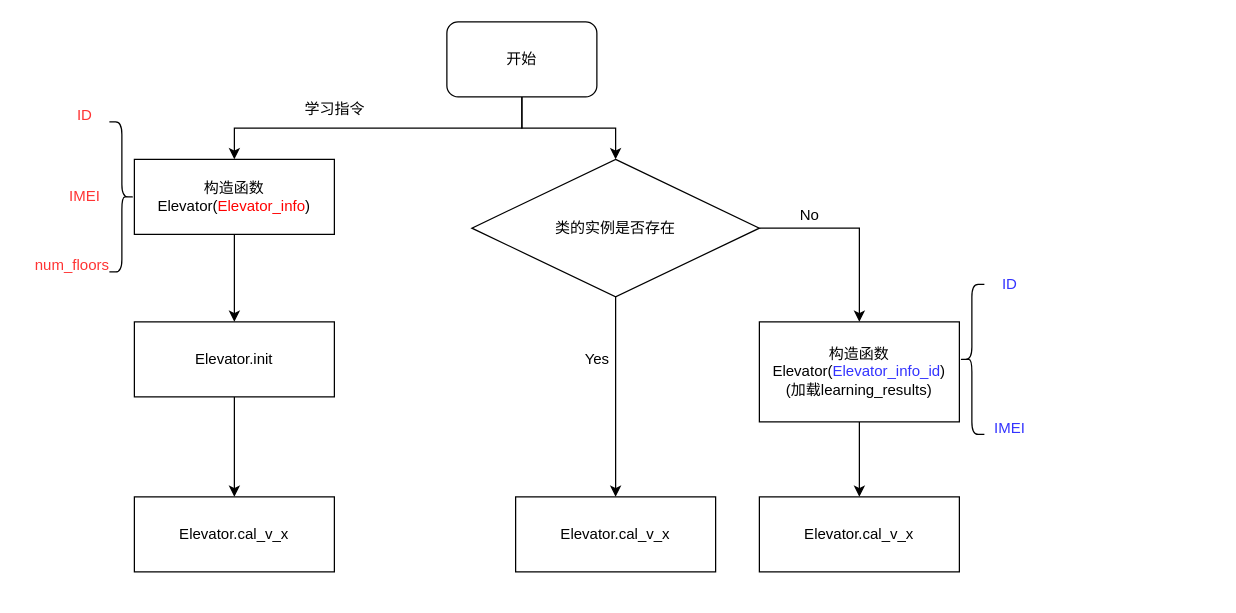
Above: 未命名绘图.drawio in jianqing666/figs (draw.io), before the change. Source tidied: cells renumbered, new cells numbered last; positions are measured from the earlier drawing's top-left corner, leaving out a move shared by most shapes. Both pictures are drawn from the tidied source at 125%, with x=0, y=0 at pixel (21, 21).
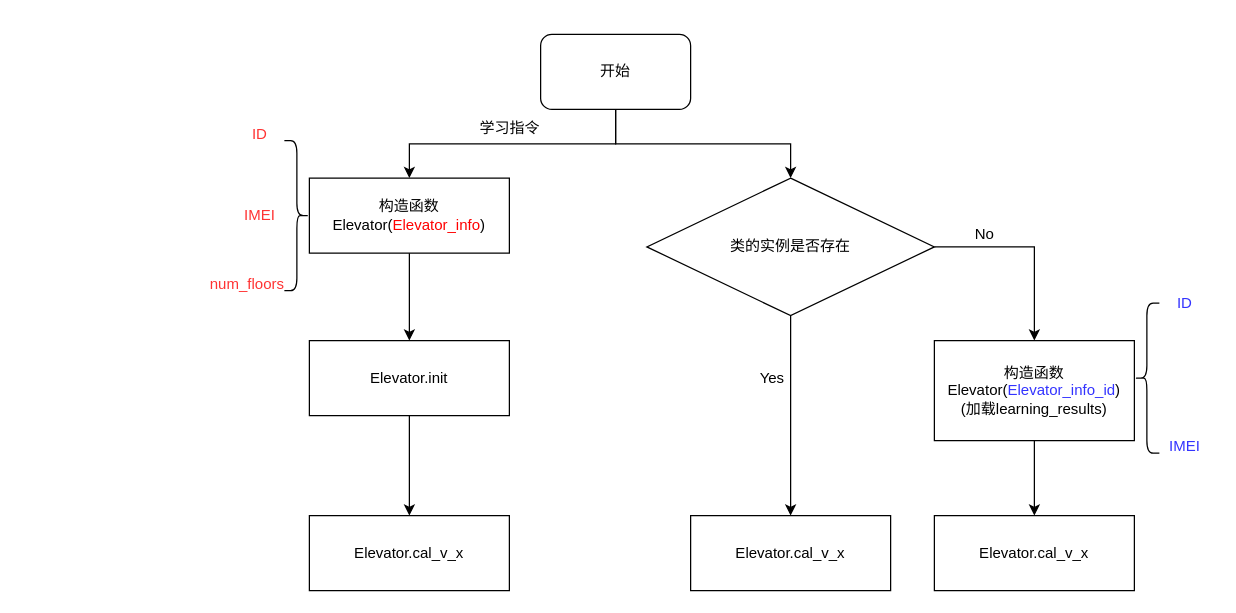
Above is the later version.

Commit message (it also covers changes not shown here):
更新未命名绘图.drawio

What changed in the source:
```diff
@@
-    <mxCell id="2" style="edgeStyle=orthogonalEdgeStyle;rounded=0;jettySize=auto;html=1;exitX=0.5;exitY=1;exitDx=0;exitDy=0;entryX=0.5;entryY=0;entryDx=0;entryDy=0;" parent="1" edge="1" source="4" target="14">
-      <mxGeometry relative="1" as="geometry" />
-    </mxCell>
+    <mxCell id="27" style="group;" parent="1" vertex="1">
+      <mxGeometry x="140" y="10" width="815" height="445" as="geometry" />
+    </mxCell>
+    <mxCell id="4" value="开始" style="rounded=1;whiteSpace=wrap;html=1;" parent="27" vertex="1">
+      <mxGeometry x="275" width="120" height="60" as="geometry" />
+    </mxCell>
+    <mxCell id="6" value="构造函数&lt;br&gt;Elevator(&lt;font color=&quot;#ff0000&quot;&gt;Elevator_info&lt;/font&gt;)" style="rounded=0;whiteSpace=wrap;html=1;" parent="27" vertex="1">
+      <mxGeometry x="90" y="115" width="160" height="60" as="geometry" />
+    </mxCell>
-    <mxCell id="3" style="edgeStyle=orthogonalEdgeStyle;rounded=0;jettySize=auto;html=1;exitX=0.5;exitY=1;exitDx=0;exitDy=0;" parent="1" edge="1" source="4" target="6">
+    <mxCell id="3" style="edgeStyle=orthogonalEdgeStyle;rounded=0;jettySize=auto;html=1;exitX=0.5;exitY=1;exitDx=0;exitDy=0;" parent="27" edge="1" source="4" target="6">
       <mxGeometry relative="1" as="geometry" />
     </mxCell>
-    <mxCell id="4" value="开始" style="rounded=1;whiteSpace=wrap;html=1;" parent="1" vertex="1">
-      <mxGeometry x="340" width="120" height="60" as="geometry" />
-    </mxCell>
+    <mxCell id="8" value="Elevator.init" style="rounded=0;whiteSpace=wrap;html=1;" parent="27" vertex="1">
+      <mxGeometry x="90" y="245" width="160" height="60" as="geometry" />
+    </mxCell>
-    <mxCell id="5" style="edgeStyle=orthogonalEdgeStyle;rounded=0;jettySize=auto;html=1;exitX=0.5;exitY=1;exitDx=0;exitDy=0;entryX=0.5;entryY=0;entryDx=0;entryDy=0;" parent="1" edge="1" source="6" target="8">
+    <mxCell id="5" style="edgeStyle=orthogonalEdgeStyle;rounded=0;jettySize=auto;html=1;exitX=0.5;exitY=1;exitDx=0;exitDy=0;entryX=0.5;entryY=0;entryDx=0;entryDy=0;" parent="27" edge="1" source="6" target="8">
       <mxGeometry relative="1" as="geometry" />
     </mxCell>
-    <mxCell id="6" value="构造函数&lt;br&gt;Elevator(&lt;font color=&quot;#ff0000&quot;&gt;Elevator_info&lt;/font&gt;)" style="rounded=0;whiteSpace=wrap;html=1;" parent="1" vertex="1">
-      <mxGeometry x="90" y="110" width="160" height="60" as="geometry" />
-    </mxCell>
+    <mxCell id="9" value="Elevator.cal_v_x" style="rounded=0;whiteSpace=wrap;html=1;" parent="27" vertex="1">
+      <mxGeometry x="90" y="385" width="160" height="60" as="geometry" />
+    </mxCell>
-    <mxCell id="7" style="edgeStyle=orthogonalEdgeStyle;rounded=0;jettySize=auto;html=1;exitX=0.5;exitY=1;exitDx=0;exitDy=0;entryX=0.5;entryY=0;entryDx=0;entryDy=0;" parent="1" edge="1" source="8" target="9">
+    <mxCell id="7" style="edgeStyle=orthogonalEdgeStyle;rounded=0;jettySize=auto;html=1;exitX=0.5;exitY=1;exitDx=0;exitDy=0;entryX=0.5;entryY=0;entryDx=0;entryDy=0;" parent="27" edge="1" source="8" target="9">
       <mxGeometry relative="1" as="geometry" />
     </mxCell>
-    <mxCell id="8" value="Elevator.init" style="rounded=0;whiteSpace=wrap;html=1;" parent="1" vertex="1">
-      <mxGeometry x="90" y="240" width="160" height="60" as="geometry" />
-    </mxCell>
-    <mxCell id="9" value="Elevator.cal_v_x" style="rounded=0;whiteSpace=wrap;html=1;" parent="1" vertex="1">
-      <mxGeometry x="90" y="380" width="160" height="60" as="geometry" />
-    </mxCell>
-    <mxCell id="10" value="Elevator.cal_v_x" style="rounded=0;whiteSpace=wrap;html=1;" parent="1" vertex="1">
-      <mxGeometry x="395" y="380" width="160" height="60" as="geometry" />
+    <mxCell id="10" value="Elevator.cal_v_x" style="rounded=0;whiteSpace=wrap;html=1;" parent="27" vertex="1">
+      <mxGeometry x="395" y="385" width="160" height="60" as="geometry" />
     </mxCell>
-    <mxCell id="11" value="Elevator.cal_v_x" style="rounded=0;whiteSpace=wrap;html=1;" parent="1" vertex="1">
-      <mxGeometry x="590" y="380" width="160" height="60" as="geometry" />
+    <mxCell id="11" value="Elevator.cal_v_x" style="rounded=0;whiteSpace=wrap;html=1;" parent="27" vertex="1">
+      <mxGeometry x="590" y="385" width="160" height="60" as="geometry" />
     </mxCell>
-    <mxCell id="12" style="edgeStyle=orthogonalEdgeStyle;rounded=0;jettySize=auto;html=1;exitX=0.5;exitY=1;exitDx=0;exitDy=0;entryX=0.5;entryY=0;entryDx=0;entryDy=0;" parent="1" edge="1" source="14" target="10">
+    <mxCell id="12" style="edgeStyle=orthogonalEdgeStyle;rounded=0;jettySize=auto;html=1;exitX=0.5;exitY=1;exitDx=0;exitDy=0;entryX=0.5;entryY=0;entryDx=0;entryDy=0;" parent="27" edge="1" source="14" target="10">
       <mxGeometry relative="1" as="geometry" />
     </mxCell>
-    <mxCell id="13" style="edgeStyle=orthogonalEdgeStyle;rounded=0;jettySize=auto;html=1;exitX=1;exitY=0.5;exitDx=0;exitDy=0;entryX=0.5;entryY=0;entryDx=0;entryDy=0;" parent="1" edge="1" source="14" target="16">
-      <mxGeometry relative="1" as="geometry" />
-    </mxCell>
-    <mxCell id="14" value="类的实例是否存在" style="rhombus;whiteSpace=wrap;html=1;" parent="1" vertex="1">
-      <mxGeometry x="360" y="110" width="230" height="110" as="geometry" />
+    <mxCell id="14" value="类的实例是否存在" style="rhombus;whiteSpace=wrap;html=1;" parent="27" vertex="1">
+      <mxGeometry x="360" y="115" width="230" height="110" as="geometry" />
     </mxCell>
+    <mxCell id="2" style="edgeStyle=orthogonalEdgeStyle;rounded=0;jettySize=auto;html=1;exitX=0.5;exitY=1;exitDx=0;exitDy=0;entryX=0.5;entryY=0;entryDx=0;entryDy=0;" parent="27" edge="1" source="4" target="14">
+      <mxGeometry relative="1" as="geometry" />
+    </mxCell>
-    <mxCell id="15" style="edgeStyle=orthogonalEdgeStyle;rounded=0;jettySize=auto;html=1;exitX=0.5;exitY=1;exitDx=0;exitDy=0;" parent="1" edge="1" source="16" target="11">
+    <mxCell id="15" style="edgeStyle=orthogonalEdgeStyle;rounded=0;jettySize=auto;html=1;exitX=0.5;exitY=1;exitDx=0;exitDy=0;" parent="27" edge="1" source="16" target="11">
       <mxGeometry relative="1" as="geometry" />
     </mxCell>
-    <mxCell id="16" value="构造函数&lt;br&gt;Elevator(&lt;font color=&quot;#3333ff&quot;&gt;Elevator_info_id&lt;/font&gt;)&lt;br&gt;(加载learning_results)" style="rounded=0;whiteSpace=wrap;html=1;" parent="1" vertex="1">
-      <mxGeometry x="590" y="240" width="160" height="80" as="geometry" />
+    <mxCell id="16" value="构造函数&lt;br&gt;Elevator(&lt;font color=&quot;#3333ff&quot;&gt;Elevator_info_id&lt;/font&gt;)&lt;br&gt;(加载learning_results)" style="rounded=0;whiteSpace=wrap;html=1;" parent="27" vertex="1">
+      <mxGeometry x="590" y="245" width="160" height="80" as="geometry" />
     </mxCell>
+    <mxCell id="13" style="edgeStyle=orthogonalEdgeStyle;rounded=0;jettySize=auto;html=1;exitX=1;exitY=0.5;exitDx=0;exitDy=0;entryX=0.5;entryY=0;entryDx=0;entryDy=0;" parent="27" edge="1" source="14" target="16">
+      <mxGeometry relative="1" as="geometry" />
+    </mxCell>
-    <mxCell id="17" value="No" style="text;html=1;align=center;verticalAlign=middle;strokeColor=none;fillColor=none;" parent="1" vertex="1">
-      <mxGeometry x="610" y="140" width="40" height="30" as="geometry" />
+    <mxCell id="17" value="No" style="text;html=1;align=center;verticalAlign=middle;strokeColor=none;fillColor=none;" parent="27" vertex="1">
+      <mxGeometry x="610" y="145" width="40" height="30" as="geometry" />
     </mxCell>
-    <mxCell id="18" value="Yes" style="text;html=1;align=center;verticalAlign=middle;strokeColor=none;fillColor=none;" parent="1" vertex="1">
-      <mxGeometry x="440" y="255" width="40" height="30" as="geometry" />
+    <mxCell id="18" value="Yes" style="text;html=1;align=center;verticalAlign=middle;strokeColor=none;fillColor=none;" parent="27" vertex="1">
+      <mxGeometry x="440" y="260" width="40" height="30" as="geometry" />
     </mxCell>
-    <mxCell id="19" style="shape=curlyBracket;whiteSpace=wrap;html=1;rounded=1;" parent="1" vertex="1">
-      <mxGeometry x="750" y="210" width="20" height="120" as="geometry" />
+    <mxCell id="19" style="shape=curlyBracket;whiteSpace=wrap;html=1;rounded=1;" parent="27" vertex="1">
+      <mxGeometry x="750" y="215" width="20" height="120" as="geometry" />
     </mxCell>
-    <mxCell id="20" value="&lt;font color=&quot;#3333ff&quot;&gt;ID&lt;/font&gt;" style="text;html=1;align=center;verticalAlign=middle;strokeColor=none;fillColor=none;" parent="1" vertex="1">
-      <mxGeometry x="770" y="195" width="40" height="30" as="geometry" />
+    <mxCell id="20" value="&lt;font color=&quot;#3333ff&quot;&gt;ID&lt;/font&gt;" style="text;html=1;align=center;verticalAlign=middle;strokeColor=none;fillColor=none;" parent="27" vertex="1">
+      <mxGeometry x="770" y="200" width="40" height="30" as="geometry" />
     </mxCell>
-    <mxCell id="21" value="&lt;font color=&quot;#3333ff&quot;&gt;IMEI&lt;/font&gt;" style="text;html=1;align=center;verticalAlign=middle;strokeColor=none;fillColor=none;" parent="1" vertex="1">
-      <mxGeometry x="765" y="310" width="50" height="30" as="geometry" />
+    <mxCell id="21" value="&lt;font color=&quot;#3333ff&quot;&gt;IMEI&lt;/font&gt;" style="text;html=1;align=center;verticalAlign=middle;strokeColor=none;fillColor=none;" parent="27" vertex="1">
+      <mxGeometry x="765" y="315" width="50" height="30" as="geometry" />
     </mxCell>
-    <mxCell id="22" style="shape=curlyBracket;whiteSpace=wrap;html=1;rounded=1;flipH=1;" parent="1" vertex="1">
-      <mxGeometry x="70" y="80" width="20" height="120" as="geometry" />
+    <mxCell id="22" style="shape=curlyBracket;whiteSpace=wrap;html=1;rounded=1;flipH=1;" parent="27" vertex="1">
+      <mxGeometry x="70" y="85" width="20" height="120" as="geometry" />
     </mxCell>
-    <mxCell id="23" value="&lt;font color=&quot;#ff3333&quot;&gt;ID&lt;/font&gt;" style="text;html=1;align=center;verticalAlign=middle;strokeColor=none;fillColor=none;" parent="1" vertex="1">
-      <mxGeometry x="30" y="60" width="40" height="30" as="geometry" />
+    <mxCell id="23" value="&lt;font color=&quot;#ff3333&quot;&gt;ID&lt;/font&gt;" style="text;html=1;align=center;verticalAlign=middle;strokeColor=none;fillColor=none;" parent="27" vertex="1">
+      <mxGeometry x="30" y="65" width="40" height="30" as="geometry" />
     </mxCell>
-    <mxCell id="24" value="&lt;font color=&quot;#ff3333&quot;&gt;IMEI&lt;/font&gt;" style="text;html=1;align=center;verticalAlign=middle;strokeColor=none;fillColor=none;" parent="1" vertex="1">
-      <mxGeometry x="25" y="125" width="50" height="30" as="geometry" />
+    <mxCell id="24" value="&lt;font color=&quot;#ff3333&quot;&gt;IMEI&lt;/font&gt;" style="text;html=1;align=center;verticalAlign=middle;strokeColor=none;fillColor=none;" parent="27" vertex="1">
+      <mxGeometry x="25" y="130" width="50" height="30" as="geometry" />
     </mxCell>
-    <mxCell id="25" value="&lt;font color=&quot;#ff3333&quot;&gt;num_floors&lt;/font&gt;" style="text;html=1;align=center;verticalAlign=middle;strokeColor=none;fillColor=none;" parent="1" vertex="1">
-      <mxGeometry y="180" width="80" height="30" as="geometry" />
+    <mxCell id="25" value="&lt;font color=&quot;#ff3333&quot;&gt;num_floors&lt;/font&gt;" style="text;html=1;align=center;verticalAlign=middle;strokeColor=none;fillColor=none;" parent="27" vertex="1">
+      <mxGeometry y="185" width="80" height="30" as="geometry" />
     </mxCell>
-    <mxCell id="26" value="学习指令" style="text;html=1;align=center;verticalAlign=middle;strokeColor=none;fillColor=none;" parent="1" vertex="1">
-      <mxGeometry x="215" y="55" width="70" height="30" as="geometry" />
+    <mxCell id="26" value="学习指令" style="text;html=1;align=center;verticalAlign=middle;strokeColor=none;fillColor=none;" parent="27" vertex="1">
+      <mxGeometry x="215" y="60" width="70" height="30" as="geometry" />
     </mxCell>
```
